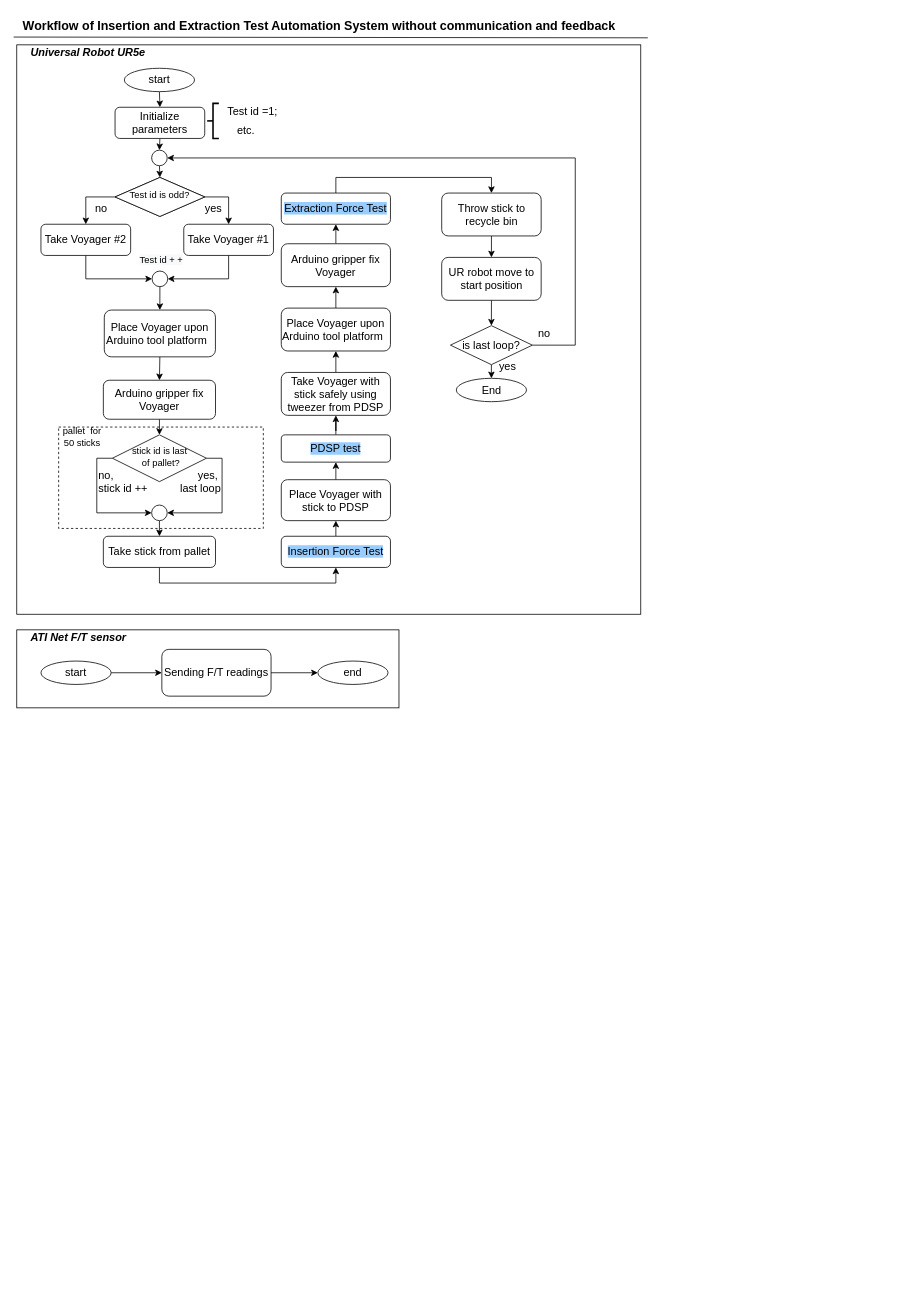
This is RRP project/0. Workflow-Improved System.drawio from VolcanHuang/Project_Demo, a draw.io file, before an edit. Source tidied: cells renumbered, new cells numbered last; positions are measured from the earlier drawing's top-left corner, leaving out a move shared by most shapes. Both pictures are drawn from the tidied source at 78%, with x=0, y=0 at pixel (13, 13).
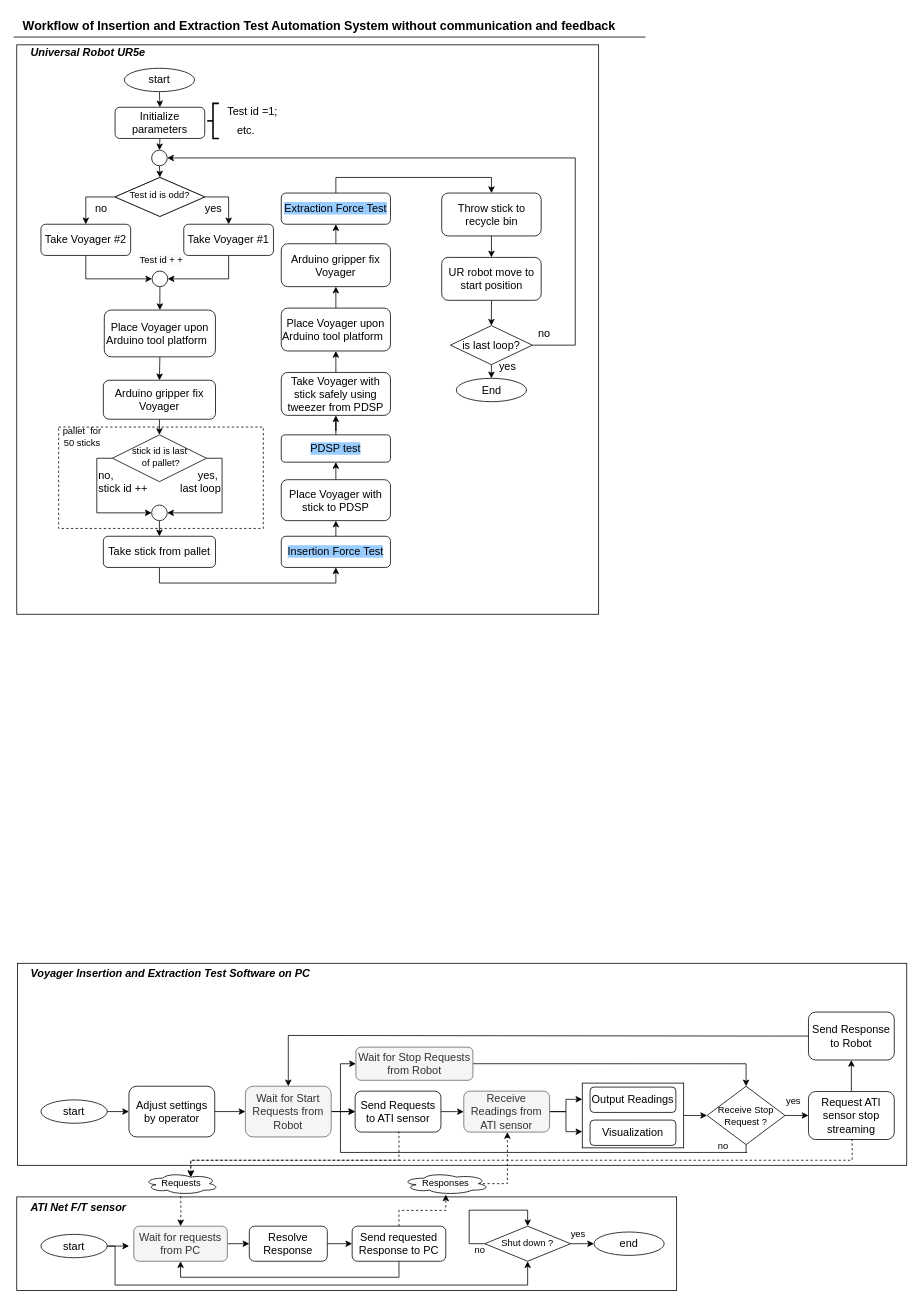
The same diagram, later.

Unchanged cells that the change refers to:
```xml
<mxCell id="4" value="&lt;b&gt;&lt;font style=&quot;font-size: 16px&quot;&gt;Workflow of Insertion and Extraction Test Automation System without communication and feedback&lt;/font&gt;&lt;/b&gt;" style="text;html=1;strokeColor=none;fillColor=none;align=left;verticalAlign=middle;whiteSpace=wrap;rounded=0;fontSize=14;" parent="1" vertex="1">
  <mxGeometry x="10" width="840" height="30" as="geometry" />
</mxCell>
```

Change to the diagram source:
```diff
@@
+    <mxCell id="74" style="rounded=0;whiteSpace=wrap;html=1;fillColor=none;fontSize=14;align=right;" parent="1" vertex="1">
+      <mxGeometry x="5" y="1217.5" width="1140" height="259" as="geometry" />
+    </mxCell>
+    <mxCell id="75" style="rounded=0;whiteSpace=wrap;html=1;fillColor=none;fontSize=14;align=right;" parent="1" vertex="1">
+      <mxGeometry x="4" y="1517" width="846" height="120" as="geometry" />
+    </mxCell>
+    <mxCell id="76" style="edgeStyle=orthogonalEdgeStyle;rounded=0;jettySize=auto;html=1;exitX=1;exitY=0.5;exitDx=0;exitDy=0;" parent="1" edge="1" source="77" target="108">
+      <mxGeometry relative="1" as="geometry" />
+    </mxCell>
+    <mxCell id="77" style="rounded=0;whiteSpace=wrap;html=1;fillColor=none;" parent="1" vertex="1">
+      <mxGeometry x="729" y="1371.1" width="130" height="83" as="geometry" />
+    </mxCell>
     <mxCell id="2" style="rounded=0;whiteSpace=wrap;html=1;fillColor=none;fontSize=14;align=right;" parent="1" vertex="1">
-      <mxGeometry x="4" y="40" width="800" height="730" as="geometry" />
+      <mxGeometry x="4" y="40" width="746" height="730" as="geometry" />
     </mxCell>
@@
-    <mxCell id="8" style="endArrow=none;html=1;exitX=0.956;exitY=1.033;exitDx=0;exitDy=0;exitPerimeter=0;" parent="1" edge="1" source="4">
+    <mxCell id="8" style="endArrow=none;html=1;" parent="1" edge="1">
       <mxGeometry relative="1" as="geometry">
+        <mxPoint x="810" y="30" as="sourcePoint" />
         <mxPoint y="30" as="targetPoint" />
       </mxGeometry>
     </mxCell>
@@
-    <mxCell id="46" style="rounded=0;whiteSpace=wrap;html=1;fillColor=none;fontSize=14;align=right;" parent="1" vertex="1">
-      <mxGeometry x="4" y="790" width="490" height="100" as="geometry" />
-    </mxCell>
-    <mxCell id="47" value="&lt;b&gt;&lt;i&gt;ATI Net F/T sensor&lt;/i&gt;&lt;/b&gt;" style="text;html=1;strokeColor=none;fillColor=none;align=left;verticalAlign=middle;whiteSpace=wrap;rounded=0;fontSize=14;" parent="1" vertex="1">
-      <mxGeometry x="20" y="790" width="190" height="20" as="geometry" />
-    </mxCell>
-    <mxCell id="48" style="edgeStyle=orthogonalEdgeStyle;rounded=0;jumpStyle=none;jettySize=auto;html=1;exitX=1;exitY=0.5;exitDx=0;exitDy=0;fontSize=14;" parent="1" edge="1" source="49" target="52">
-      <mxGeometry relative="1" as="geometry" />
-    </mxCell>
+    <mxCell id="78" style="edgeStyle=orthogonalEdgeStyle;rounded=0;jettySize=auto;html=1;exitX=1;exitY=0.5;exitDx=0;exitDy=0;entryX=0;entryY=0.5;entryDx=0;entryDy=0;" parent="1" edge="1" source="49">
+      <mxGeometry relative="1" as="geometry">
+        <mxPoint x="148" y="1580" as="targetPoint" />
+      </mxGeometry>
+    </mxCell>
+    <mxCell id="79" style="edgeStyle=orthogonalEdgeStyle;rounded=0;jettySize=auto;html=1;exitX=1;exitY=0.5;exitDx=0;exitDy=0;entryX=0.5;entryY=1;entryDx=0;entryDy=0;" parent="1" edge="1" source="49" target="88">
+      <mxGeometry relative="1" as="geometry">
+        <Array as="points">
+          <mxPoint x="130" y="1580" />
+          <mxPoint x="130" y="1630" />
+          <mxPoint x="659" y="1630" />
+        </Array>
+      </mxGeometry>
+    </mxCell>
     <mxCell id="49" value="start" style="ellipse;whiteSpace=wrap;html=1;fontSize=14;align=center;" parent="1" vertex="1">
-      <mxGeometry x="35" y="830" width="90" height="30" as="geometry" />
+      <mxGeometry x="35" y="1565" width="85" height="30" as="geometry" />
     </mxCell>
     <mxCell id="50" value="end" style="ellipse;whiteSpace=wrap;html=1;fontSize=14;align=center;" parent="1" vertex="1">
-      <mxGeometry x="390" y="830" width="90" height="30" as="geometry" />
+      <mxGeometry x="744" y="1562" width="90" height="30" as="geometry" />
     </mxCell>
-    <mxCell id="51" style="edgeStyle=orthogonalEdgeStyle;rounded=0;jumpStyle=none;jettySize=auto;html=1;exitX=1;exitY=0.5;exitDx=0;exitDy=0;fontSize=14;" parent="1" edge="1" source="52" target="50">
-      <mxGeometry relative="1" as="geometry" />
-    </mxCell>
+    <mxCell id="80" style="edgeStyle=orthogonalEdgeStyle;rounded=0;jettySize=auto;html=1;exitX=1;exitY=0.5;exitDx=0;exitDy=0;entryX=0;entryY=0.5;entryDx=0;entryDy=0;" parent="1" edge="1" source="52" target="90">
+      <mxGeometry relative="1" as="geometry" />
+    </mxCell>
-    <mxCell id="52" value="Sending&amp;nbsp;F/T readings" style="rounded=1;whiteSpace=wrap;html=1;fillColor=none;fontSize=14;align=center;" parent="1" vertex="1">
-      <mxGeometry x="190" y="815" width="140" height="60" as="geometry" />
+    <mxCell id="52" value="Wait for requests from PC" style="rounded=1;whiteSpace=wrap;html=1;fillColor=#f5f5f5;fontSize=14;align=center;strokeColor=#666666;fontColor=#333333;" parent="1" vertex="1">
+      <mxGeometry x="154" y="1554.5" width="120" height="45" as="geometry" />
     </mxCell>
@@
+    <mxCell id="81" value="&lt;b&gt;&lt;i&gt;Voyager Insertion and Extraction Test Software on PC&lt;/i&gt;&lt;/b&gt;" style="text;html=1;strokeColor=none;fillColor=none;align=left;verticalAlign=middle;whiteSpace=wrap;rounded=0;fontSize=14;" parent="1" vertex="1">
+      <mxGeometry x="20" y="1221" width="490" height="20" as="geometry" />
+    </mxCell>
+    <mxCell id="82" style="edgeStyle=orthogonalEdgeStyle;rounded=0;jettySize=auto;html=1;exitX=1;exitY=0.5;exitDx=0;exitDy=0;entryX=0;entryY=0.5;entryDx=0;entryDy=0;" parent="1" edge="1" source="83" target="93">
+      <mxGeometry relative="1" as="geometry" />
+    </mxCell>
+    <mxCell id="83" value="Adjust settings by operator" style="rounded=1;whiteSpace=wrap;html=1;fillColor=none;fontSize=14;align=center;" parent="1" vertex="1">
+      <mxGeometry x="147.8" y="1375.1" width="110" height="65" as="geometry" />
+    </mxCell>
+    <mxCell id="84" style="edgeStyle=orthogonalEdgeStyle;rounded=0;jettySize=auto;html=1;exitX=0.5;exitY=1;exitDx=0;exitDy=0;entryX=0.5;entryY=1;entryDx=0;entryDy=0;" parent="1" edge="1" source="86" target="52">
+      <mxGeometry relative="1" as="geometry">
+        <Array as="points">
+          <mxPoint x="494" y="1620" />
+          <mxPoint x="214" y="1620" />
+        </Array>
+      </mxGeometry>
+    </mxCell>
+    <mxCell id="85" style="edgeStyle=orthogonalEdgeStyle;rounded=0;jettySize=auto;html=1;exitX=0.5;exitY=0;exitDx=0;exitDy=0;dashed=1;" parent="1" edge="1" source="86" target="113">
+      <mxGeometry relative="1" as="geometry" />
+    </mxCell>
+    <mxCell id="86" value="Send requested Response to PC" style="rounded=1;whiteSpace=wrap;html=1;fillColor=none;fontSize=14;align=center;" parent="1" vertex="1">
+      <mxGeometry x="434" y="1554.5" width="120" height="45" as="geometry" />
+    </mxCell>
+    <mxCell id="87" style="edgeStyle=orthogonalEdgeStyle;rounded=0;jettySize=auto;html=1;exitX=1;exitY=0.5;exitDx=0;exitDy=0;" parent="1" edge="1" source="88">
+      <mxGeometry relative="1" as="geometry">
+        <mxPoint x="744" y="1577" as="targetPoint" />
+      </mxGeometry>
+    </mxCell>
+    <mxCell id="88" value="Shut down ?" style="rhombus;whiteSpace=wrap;html=1;" parent="1" vertex="1">
+      <mxGeometry x="604" y="1554.5" width="110" height="45" as="geometry" />
+    </mxCell>
+    <mxCell id="89" style="edgeStyle=orthogonalEdgeStyle;rounded=0;jettySize=auto;html=1;exitX=1;exitY=0.5;exitDx=0;exitDy=0;entryX=0;entryY=0.5;entryDx=0;entryDy=0;" parent="1" edge="1" source="90" target="86">
+      <mxGeometry relative="1" as="geometry" />
+    </mxCell>
+    <mxCell id="90" value="Resolve Response" style="rounded=1;whiteSpace=wrap;html=1;fillColor=none;fontSize=14;align=center;" parent="1" vertex="1">
+      <mxGeometry x="302.1" y="1554.5" width="100" height="45" as="geometry" />
+    </mxCell>
+    <mxCell id="91" style="edgeStyle=orthogonalEdgeStyle;rounded=0;jettySize=auto;html=1;exitX=1;exitY=0.5;exitDx=0;exitDy=0;entryX=0;entryY=0.5;entryDx=0;entryDy=0;" parent="1" edge="1" source="93" target="98">
+      <mxGeometry relative="1" as="geometry" />
+    </mxCell>
+    <mxCell id="92" style="edgeStyle=orthogonalEdgeStyle;rounded=0;jettySize=auto;html=1;exitX=1;exitY=0.5;exitDx=0;exitDy=0;entryX=0;entryY=0.5;entryDx=0;entryDy=0;" parent="1" edge="1" source="93" target="105">
+      <mxGeometry relative="1" as="geometry">
+        <Array as="points">
+          <mxPoint x="419" y="1408" />
+          <mxPoint x="419" y="1346" />
+        </Array>
+      </mxGeometry>
+    </mxCell>
+    <mxCell id="93" value="Wait for Start Requests from Robot" style="rounded=1;whiteSpace=wrap;html=1;fillColor=#f5f5f5;fontSize=14;align=center;strokeColor=#666666;fontColor=#333333;" parent="1" vertex="1">
+      <mxGeometry x="297.1" y="1375.1" width="110" height="65" as="geometry" />
+    </mxCell>
+    <mxCell id="94" style="edgeStyle=orthogonalEdgeStyle;rounded=0;jettySize=auto;html=1;exitX=0.55;exitY=0.95;exitDx=0;exitDy=0;exitPerimeter=0;entryX=0.5;entryY=0;entryDx=0;entryDy=0;dashed=1;" parent="1" edge="1" target="52">
+      <mxGeometry relative="1" as="geometry">
+        <mxPoint x="214" y="1510" as="sourcePoint" />
+      </mxGeometry>
+    </mxCell>
+    <mxCell id="95" value="Requests" style="ellipse;shape=cloud;whiteSpace=wrap;html=1;" parent="1" vertex="1">
+      <mxGeometry x="167.1" y="1486" width="96" height="28" as="geometry" />
+    </mxCell>
+    <mxCell id="96" style="edgeStyle=orthogonalEdgeStyle;rounded=0;jettySize=auto;html=1;exitX=0.5;exitY=1;exitDx=0;exitDy=0;entryX=0.625;entryY=0.2;entryDx=0;entryDy=0;entryPerimeter=0;dashed=1;" parent="1" edge="1" source="98" target="95">
+      <mxGeometry relative="1" as="geometry">
+        <Array as="points">
+          <mxPoint x="494" y="1470" />
+          <mxPoint x="227" y="1470" />
+        </Array>
+      </mxGeometry>
+    </mxCell>
+    <mxCell id="97" style="edgeStyle=orthogonalEdgeStyle;rounded=0;jettySize=auto;html=1;exitX=1;exitY=0.5;exitDx=0;exitDy=0;" parent="1" edge="1" source="98" target="101">
+      <mxGeometry relative="1" as="geometry" />
+    </mxCell>
+    <mxCell id="98" value="Send Requests to ATI sensor" style="rounded=1;whiteSpace=wrap;html=1;fillColor=none;fontSize=14;align=center;" parent="1" vertex="1">
+      <mxGeometry x="437.8" y="1381.4" width="110" height="52.5" as="geometry" />
+    </mxCell>
+    <mxCell id="99" style="edgeStyle=orthogonalEdgeStyle;rounded=0;jettySize=auto;html=1;exitX=1;exitY=0.5;exitDx=0;exitDy=0;entryX=0;entryY=0.25;entryDx=0;entryDy=0;" parent="1" edge="1" source="101" target="77">
+      <mxGeometry relative="1" as="geometry" />
+    </mxCell>
+    <mxCell id="100" style="edgeStyle=orthogonalEdgeStyle;rounded=0;jettySize=auto;html=1;exitX=1;exitY=0.5;exitDx=0;exitDy=0;entryX=0;entryY=0.75;entryDx=0;entryDy=0;" parent="1" edge="1" source="101" target="77">
+      <mxGeometry relative="1" as="geometry" />
+    </mxCell>
+    <mxCell id="101" value="Receive Readings from ATI sensor" style="rounded=1;whiteSpace=wrap;html=1;fillColor=#f5f5f5;fontSize=14;align=center;strokeColor=#666666;fontColor=#333333;" parent="1" vertex="1">
+      <mxGeometry x="577.1" y="1381.4" width="110" height="52.5" as="geometry" />
+    </mxCell>
+    <mxCell id="102" value="Output Readings" style="rounded=1;whiteSpace=wrap;html=1;fillColor=none;fontSize=14;align=center;" parent="1" vertex="1">
+      <mxGeometry x="739" y="1376.2" width="110" height="32.5" as="geometry" />
+    </mxCell>
+    <mxCell id="103" value="Visualization" style="rounded=1;whiteSpace=wrap;html=1;fillColor=none;fontSize=14;align=center;" parent="1" vertex="1">
+      <mxGeometry x="739" y="1418.5" width="110" height="32.5" as="geometry" />
+    </mxCell>
+    <mxCell id="104" style="edgeStyle=orthogonalEdgeStyle;rounded=0;jettySize=auto;html=1;exitX=1;exitY=0.5;exitDx=0;exitDy=0;entryX=0.5;entryY=0;entryDx=0;entryDy=0;" parent="1" edge="1" source="105" target="108">
+      <mxGeometry relative="1" as="geometry" />
+    </mxCell>
+    <mxCell id="105" value="Wait for Stop Requests from Robot" style="rounded=1;whiteSpace=wrap;html=1;fillColor=#f5f5f5;fontSize=14;align=center;strokeColor=#666666;fontColor=#333333;" parent="1" vertex="1">
+      <mxGeometry x="438.8" y="1325" width="150" height="42.5" as="geometry" />
+    </mxCell>
+    <mxCell id="47" value="&lt;b&gt;&lt;i&gt;ATI Net F/T sensor&lt;/i&gt;&lt;/b&gt;" style="text;html=1;strokeColor=none;fillColor=none;align=left;verticalAlign=middle;whiteSpace=wrap;rounded=0;fontSize=14;" parent="1" vertex="1">
+      <mxGeometry x="20" y="1520" width="490" height="20" as="geometry" />
+    </mxCell>
+    <mxCell id="106" style="edgeStyle=orthogonalEdgeStyle;rounded=0;jettySize=auto;html=1;exitX=0.5;exitY=1;exitDx=0;exitDy=0;entryX=0;entryY=0.5;entryDx=0;entryDy=0;" parent="1" edge="1" source="108" target="98">
+      <mxGeometry relative="1" as="geometry">
+        <Array as="points">
+          <mxPoint x="940" y="1460" />
+          <mxPoint x="419" y="1460" />
+          <mxPoint x="419" y="1400" />
+        </Array>
+      </mxGeometry>
+    </mxCell>
+    <mxCell id="107" style="edgeStyle=orthogonalEdgeStyle;rounded=0;jettySize=auto;html=1;exitX=1;exitY=0.5;exitDx=0;exitDy=0;entryX=0;entryY=0.5;entryDx=0;entryDy=0;" parent="1" edge="1" source="108" target="117">
+      <mxGeometry relative="1" as="geometry" />
+    </mxCell>
+    <mxCell id="108" value="Receive Stop Request ?" style="rhombus;whiteSpace=wrap;html=1;" parent="1" vertex="1">
+      <mxGeometry x="889" y="1375.2" width="100" height="74.8" as="geometry" />
+    </mxCell>
+    <mxCell id="109" value="yes" style="text;html=1;strokeColor=none;fillColor=none;align=center;verticalAlign=middle;whiteSpace=wrap;rounded=0;" parent="1" vertex="1">
+      <mxGeometry x="704" y="1555" width="40" height="20" as="geometry" />
+    </mxCell>
+    <mxCell id="110" style="edgeStyle=orthogonalEdgeStyle;rounded=0;orthogonalLoop=1;jettySize=auto;html=1;exitX=0;exitY=0.5;exitDx=0;exitDy=0;entryX=0.5;entryY=0;entryDx=0;entryDy=0;" parent="1" edge="1" source="88" target="88">
+      <mxGeometry relative="1" as="geometry">
+        <Array as="points">
+          <mxPoint x="584" y="1577" />
+          <mxPoint x="584" y="1534" />
+          <mxPoint x="659" y="1534" />
+        </Array>
+      </mxGeometry>
+    </mxCell>
+    <mxCell id="111" value="no" style="text;html=1;strokeColor=none;fillColor=none;align=center;verticalAlign=middle;whiteSpace=wrap;rounded=0;" parent="1" vertex="1">
+      <mxGeometry x="578.1" y="1575" width="40" height="20" as="geometry" />
+    </mxCell>
+    <mxCell id="112" style="edgeStyle=orthogonalEdgeStyle;rounded=0;jettySize=auto;html=1;exitX=0.625;exitY=0.2;exitDx=0;exitDy=0;exitPerimeter=0;dashed=1;" parent="1" edge="1" source="113" target="101">
+      <mxGeometry relative="1" as="geometry">
+        <Array as="points">
+          <mxPoint x="568" y="1500" />
+          <mxPoint x="633" y="1500" />
+        </Array>
+      </mxGeometry>
+    </mxCell>
+    <mxCell id="113" value="Responses" style="ellipse;shape=cloud;whiteSpace=wrap;html=1;" parent="1" vertex="1">
+      <mxGeometry x="498.1" y="1486" width="111.9" height="28" as="geometry" />
+    </mxCell>
+    <mxCell id="114" value="no" style="text;html=1;strokeColor=none;fillColor=none;align=center;verticalAlign=middle;whiteSpace=wrap;rounded=0;" parent="1" vertex="1">
+      <mxGeometry x="890" y="1442.2" width="40" height="20" as="geometry" />
+    </mxCell>
+    <mxCell id="115" style="edgeStyle=orthogonalEdgeStyle;rounded=0;jettySize=auto;html=1;exitX=0.5;exitY=1;exitDx=0;exitDy=0;entryX=0.625;entryY=0.2;entryDx=0;entryDy=0;entryPerimeter=0;dashed=1;" parent="1" edge="1" source="117" target="95">
+      <mxGeometry relative="1" as="geometry">
+        <Array as="points">
+          <mxPoint x="1075" y="1470" />
+          <mxPoint x="227" y="1470" />
+        </Array>
+      </mxGeometry>
+    </mxCell>
+    <mxCell id="116" style="edgeStyle=orthogonalEdgeStyle;rounded=0;jettySize=auto;html=1;exitX=0.5;exitY=0;exitDx=0;exitDy=0;entryX=0.5;entryY=1;entryDx=0;entryDy=0;" parent="1" edge="1" source="117" target="122">
+      <mxGeometry relative="1" as="geometry" />
+    </mxCell>
+    <mxCell id="117" value="Request ATI sensor stop streaming" style="rounded=1;whiteSpace=wrap;html=1;fillColor=none;fontSize=14;align=center;" parent="1" vertex="1">
+      <mxGeometry x="1019" y="1381.9" width="110" height="61.5" as="geometry" />
+    </mxCell>
+    <mxCell id="118" value="yes" style="text;html=1;strokeColor=none;fillColor=none;align=center;verticalAlign=middle;whiteSpace=wrap;rounded=0;" parent="1" vertex="1">
+      <mxGeometry x="980" y="1385" width="40" height="20" as="geometry" />
+    </mxCell>
+    <mxCell id="119" style="edgeStyle=orthogonalEdgeStyle;rounded=0;jettySize=auto;html=1;exitX=1;exitY=0.5;exitDx=0;exitDy=0;entryX=0;entryY=0.5;entryDx=0;entryDy=0;" parent="1" edge="1" source="120" target="83">
+      <mxGeometry relative="1" as="geometry" />
+    </mxCell>
+    <mxCell id="120" value="start" style="ellipse;whiteSpace=wrap;html=1;fontSize=14;align=center;" parent="1" vertex="1">
+      <mxGeometry x="35" y="1392.6" width="85" height="30" as="geometry" />
+    </mxCell>
+    <mxCell id="121" style="edgeStyle=orthogonalEdgeStyle;rounded=0;jettySize=auto;html=1;exitX=0;exitY=0.5;exitDx=0;exitDy=0;entryX=0.5;entryY=0;entryDx=0;entryDy=0;" parent="1" edge="1" source="122" target="93">
+      <mxGeometry relative="1" as="geometry">
+        <Array as="points">
+          <mxPoint x="970" y="1311" />
+          <mxPoint x="352" y="1310" />
+        </Array>
+      </mxGeometry>
+    </mxCell>
+    <mxCell id="122" value="Send Response to Robot" style="rounded=1;whiteSpace=wrap;html=1;fillColor=none;fontSize=14;align=center;" parent="1" vertex="1">
+      <mxGeometry x="1019" y="1280" width="110" height="61.5" as="geometry" />
+    </mxCell>
```
